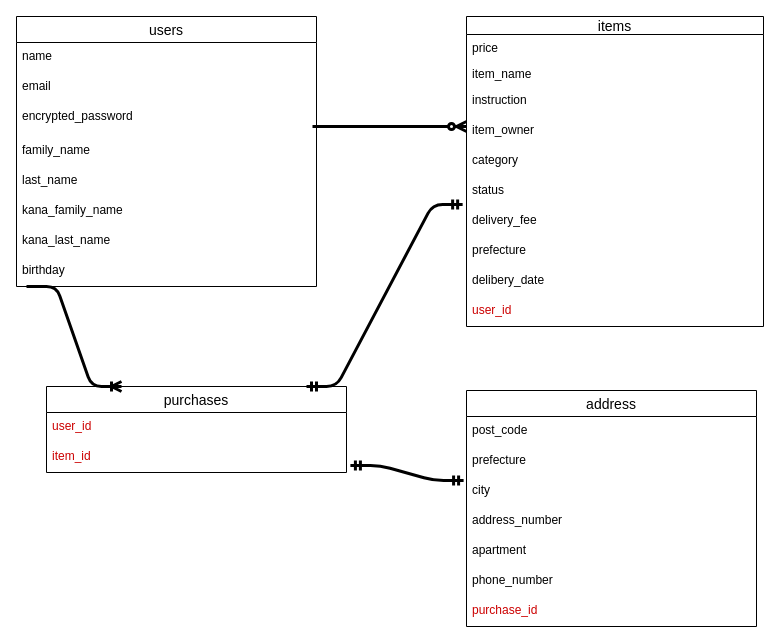
Above: test.dio in sappy920/furima-29613 (draw.io), before the change. Source tidied: cells renumbered, new cells numbered last; positions are measured from the earlier drawing's top-left corner, leaving out a move shared by most shapes. Both pictures are drawn from the tidied source at 100%, with x=0, y=0 at pixel (16, 16).
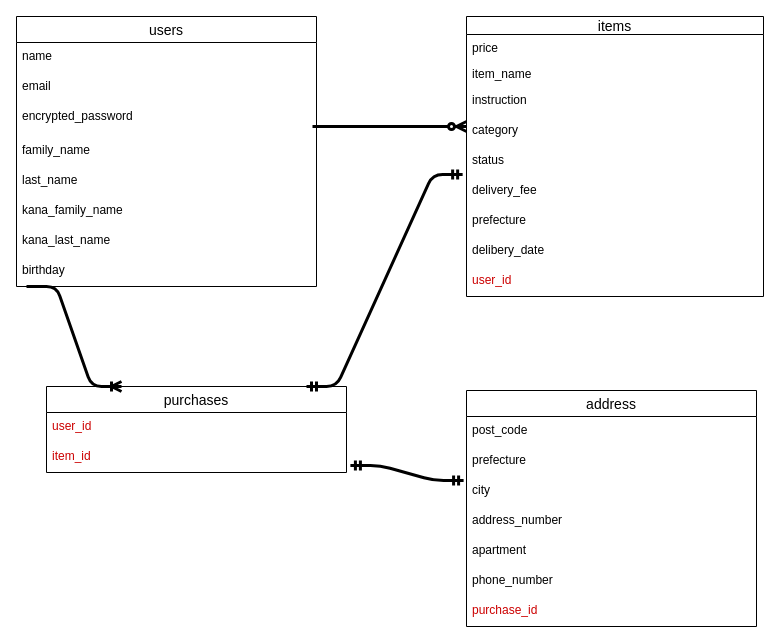
After the change.

What changed in the source:
```diff
@@
     <mxCell id="11" value="items" style="swimlane;fontStyle=0;horizontal=1;startSize=18;align=center;fontSize=14;" parent="1" vertex="1">
-      <mxGeometry x="450" width="297" height="310" as="geometry" />
+      <mxGeometry x="450" width="297" height="280" as="geometry" />
     </mxCell>
@@
-    <mxCell id="15" value="item_owner" style="text;strokeColor=none;fillColor=none;spacingLeft=4;spacingRight=4;overflow=hidden;fontSize=12;" parent="11" vertex="1">
-      <mxGeometry y="100" width="297" height="30" as="geometry" />
-    </mxCell>
     <mxCell id="16" value="category " style="text;strokeColor=none;fillColor=none;spacingLeft=4;spacingRight=4;overflow=hidden;fontSize=12;" parent="11" vertex="1">
-      <mxGeometry y="130" width="297" height="30" as="geometry" />
+      <mxGeometry y="100" width="297" height="30" as="geometry" />
     </mxCell>
     <mxCell id="17" value="status" style="text;strokeColor=none;fillColor=none;spacingLeft=4;spacingRight=4;overflow=hidden;fontSize=12;" parent="11" vertex="1">
-      <mxGeometry y="160" width="297" height="30" as="geometry" />
+      <mxGeometry y="130" width="297" height="30" as="geometry" />
     </mxCell>
     <mxCell id="18" value="delivery_fee" style="text;strokeColor=none;fillColor=none;spacingLeft=4;spacingRight=4;overflow=hidden;points=[[0,0.5],[1,0.5]];portConstraint=eastwest;fontSize=12;" parent="11" vertex="1">
-      <mxGeometry y="190" width="297" height="30" as="geometry" />
+      <mxGeometry y="160" width="297" height="30" as="geometry" />
     </mxCell>
     <mxCell id="19" value="prefecture" style="text;strokeColor=none;fillColor=none;spacingLeft=4;spacingRight=4;overflow=hidden;fontSize=12;" parent="11" vertex="1">
-      <mxGeometry y="220" width="297" height="30" as="geometry" />
+      <mxGeometry y="190" width="297" height="30" as="geometry" />
     </mxCell>
     <mxCell id="20" value="delibery_date" style="text;strokeColor=none;fillColor=none;spacingLeft=4;spacingRight=4;overflow=hidden;fontSize=12;" parent="11" vertex="1">
-      <mxGeometry y="250" width="297" height="30" as="geometry" />
+      <mxGeometry y="220" width="297" height="30" as="geometry" />
     </mxCell>
     <mxCell id="21" value="user_id" style="text;strokeColor=none;fillColor=none;spacingLeft=4;spacingRight=4;overflow=hidden;fontSize=12;fontColor=#CC0000;" parent="11" vertex="1">
-      <mxGeometry y="280" width="297" height="30" as="geometry" />
+      <mxGeometry y="250" width="297" height="30" as="geometry" />
     </mxCell>
```
